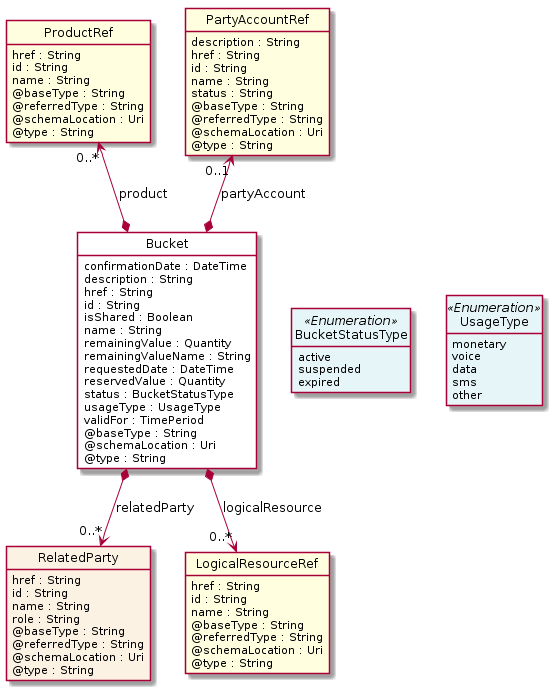
This is apis/TMF654_PrepayBalance/documentation/diagrams/Resource_Bucket.png from tmforum-apis/Open_Api_And_Data_Model, a PlantUML export, as it was before one commit.
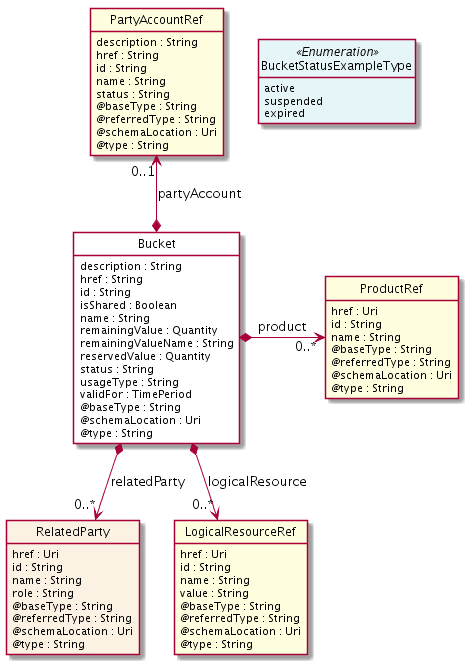
Later version of the same file.

The edit, as a diff of the source:
```diff
@@ -11,7 +11,6 @@
 }
 
 class Bucket  <<Pivot>> {
-    confirmationDate : DateTime
     description : String
     href : String
     id : String
@@ -19,32 +18,23 @@
     name : String
     remainingValue : Quantity
     remainingValueName : String
-    requestedDate : DateTime
     reservedValue : Quantity
-    status : BucketStatusType
-    usageType : UsageType
+    status : String
+    usageType : String
     validFor : TimePeriod
     @baseType : String
     @schemaLocation : Uri
     @type : String
 }
 
-class BucketStatusType <<Enumeration>> {
+class BucketStatusExampleType <<Enumeration>> {
     active
     suspended
     expired
 }
 
-class UsageType <<Enumeration>> {
-    monetary
-    voice
-    data
-    sms
-    other
-}
-
 class ProductRef  <<Ref>> {
-    href : String
+    href : Uri
     id : String
     name : String
     @baseType : String
@@ -54,7 +44,7 @@
 }
 
 class RelatedParty  {
-    href : String
+    href : Uri
     id : String
     name : String
     role : String
@@ -65,9 +55,10 @@
 }
 
 class LogicalResourceRef  <<Ref>> {
-    href : String
+    href : Uri
     id : String
     name : String
+    value : String
     @baseType : String
     @referredType : String
     @schemaLocation : Uri
@@ -86,11 +77,7 @@
     @type : String
 }
 
-Bucket -right[hidden]-> BucketStatusType
-
-BucketStatusType -right[hidden]-> UsageType
-
-ProductRef "0..*" <--* Bucket : product
+Bucket *-right-> "0..*" ProductRef : product
 
 PartyAccountRef "0..1" <--* Bucket : partyAccount
 
```
